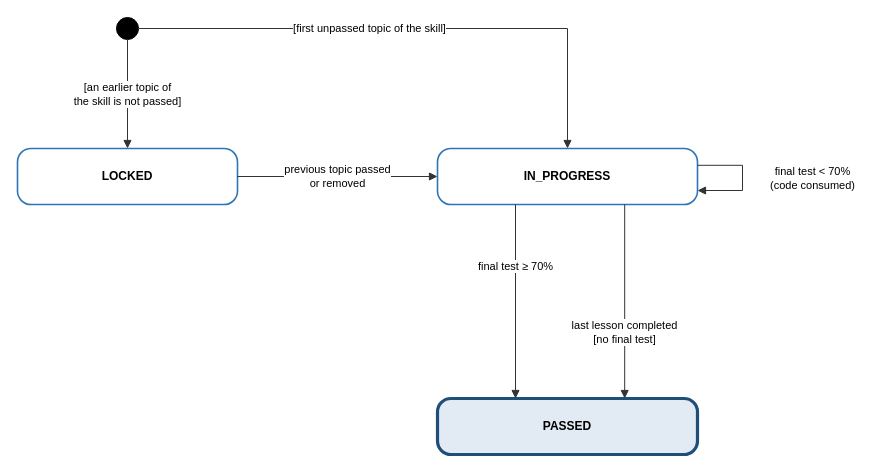
Earlier version of the draw.io diagram page "3. Topic Progress" (3 of 7) of capstone-docs/rp_3.0_system-requirements-system/diagram_script/part4-diagrams/IELTSPath_StateMachines.drawio (IeltsPath-Platform/backend). Source tidied: cells renumbered, new cells numbered last; positions are measured from the earlier drawing's top-left corner, leaving out a move shared by most shapes. Both pictures are drawn from the tidied source at 100%, with x=0, y=0 at pixel (17, 17).
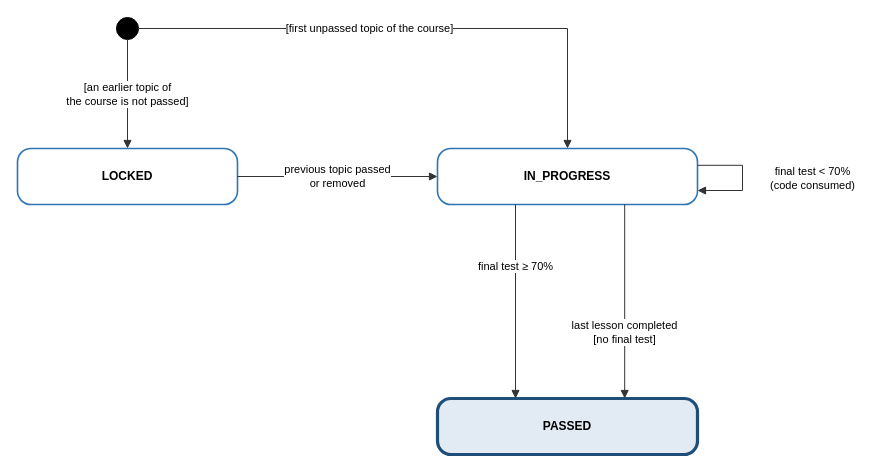
Above is the later version.

The edit, as a diff of the source:
```diff
@@
 <mxGraphModel>
   <root>
     <mxCell id="0" />
     <mxCell id="1" parent="0" />
     <mxCell id="2" style="ellipse;html=1;fillColor=#000000;strokeColor=#000000;" parent="1" vertex="1">
       <mxGeometry x="99" width="22" height="22" as="geometry" />
     </mxCell>
     <mxCell id="3" value="&lt;b&gt;LOCKED&lt;/b&gt;" style="rounded=1;arcSize=24;whiteSpace=wrap;html=1;fillColor=#FFFFFF;strokeColor=#2E75B6;strokeWidth=1.6;fontSize=12;" parent="1" vertex="1">
       <mxGeometry y="131" width="220" height="56" as="geometry" />
     </mxCell>
     <mxCell id="4" value="&lt;b&gt;IN_PROGRESS&lt;/b&gt;" style="rounded=1;arcSize=24;whiteSpace=wrap;html=1;fillColor=#FFFFFF;strokeColor=#2E75B6;strokeWidth=1.6;fontSize=12;" parent="1" vertex="1">
       <mxGeometry x="420" y="131" width="260" height="56" as="geometry" />
     </mxCell>
     <mxCell id="5" value="&lt;b&gt;PASSED&lt;/b&gt;" style="rounded=1;arcSize=24;whiteSpace=wrap;html=1;fillColor=#E2EAF4;strokeColor=#1F4E79;strokeWidth=3.2;fontSize=12;" parent="1" vertex="1">
       <mxGeometry x="420" y="381" width="260" height="56" as="geometry" />
     </mxCell>
-    <mxCell id="6" value="[an earlier topic of&lt;br&gt;the skill is not passed]" style="edgeStyle=orthogonalEdgeStyle;rounded=0;html=1;endArrow=block;endFill=1;strokeColor=#333333;fontSize=11;labelBackgroundColor=#FFFFFF;exitX=0.500;exitY=1.000;exitDx=0;exitDy=0;entryX=0.500;entryY=0.000;entryDx=0;entryDy=0;" parent="1" edge="1" source="2" target="3">
+    <mxCell id="6" value="[an earlier topic of&lt;br&gt;the course is not passed]" style="edgeStyle=orthogonalEdgeStyle;rounded=0;html=1;endArrow=block;endFill=1;strokeColor=#333333;fontSize=11;labelBackgroundColor=#FFFFFF;exitX=0.500;exitY=1.000;exitDx=0;exitDy=0;entryX=0.500;entryY=0.000;entryDx=0;entryDy=0;" parent="1" edge="1" source="2" target="3">
       <mxGeometry relative="1" as="geometry" />
     </mxCell>
-    <mxCell id="7" value="[first unpassed topic of the skill]" style="edgeStyle=orthogonalEdgeStyle;rounded=0;html=1;endArrow=block;endFill=1;strokeColor=#333333;fontSize=11;labelBackgroundColor=#FFFFFF;exitX=1.000;exitY=0.500;exitDx=0;exitDy=0;entryX=0.500;entryY=0.000;entryDx=0;entryDy=0;" parent="1" edge="1" source="2" target="4">
+    <mxCell id="7" value="[first unpassed topic of the course]" style="edgeStyle=orthogonalEdgeStyle;rounded=0;html=1;endArrow=block;endFill=1;strokeColor=#333333;fontSize=11;labelBackgroundColor=#FFFFFF;exitX=1.000;exitY=0.500;exitDx=0;exitDy=0;entryX=0.500;entryY=0.000;entryDx=0;entryDy=0;" parent="1" edge="1" source="2" target="4">
       <mxGeometry x="-0.16" relative="1" as="geometry">
         <Array as="points">
           <mxPoint x="550" y="11" />
         </Array>
       </mxGeometry>
     </mxCell>
     <mxCell id="8" value="previous topic passed&lt;br&gt;or removed" style="edgeStyle=orthogonalEdgeStyle;rounded=0;html=1;endArrow=block;endFill=1;strokeColor=#333333;fontSize=11;labelBackgroundColor=#FFFFFF;exitX=1.000;exitY=0.500;exitDx=0;exitDy=0;entryX=0.000;entryY=0.500;entryDx=0;entryDy=0;" parent="1" edge="1" source="3" target="4">
       <mxGeometry relative="1" as="geometry" />
     </mxCell>
     <mxCell id="9" value="final test &amp;lt; 70%&lt;br&gt;(code consumed)" style="edgeStyle=orthogonalEdgeStyle;rounded=0;html=1;endArrow=block;endFill=1;strokeColor=#333333;fontSize=11;labelBackgroundColor=#FFFFFF;exitX=1.000;exitY=0.300;exitDx=0;exitDy=0;entryX=1.000;entryY=0.750;entryDx=0;entryDy=0;" parent="1" edge="1" source="4" target="4">
       <mxGeometry relative="1" as="geometry">
         <Array as="points">
           <mxPoint x="725" y="147.8" />
           <mxPoint x="725" y="173" />
         </Array>
         <mxPoint x="70" as="offset" />
       </mxGeometry>
     </mxCell>
     <mxCell id="10" value="final test ≥ 70%" style="edgeStyle=orthogonalEdgeStyle;rounded=0;html=1;endArrow=block;endFill=1;strokeColor=#333333;fontSize=11;labelBackgroundColor=#FFFFFF;exitX=0.300;exitY=1.000;exitDx=0;exitDy=0;entryX=0.300;entryY=0.000;entryDx=0;entryDy=0;" parent="1" edge="1" source="4" target="5">
       <mxGeometry x="-0.36" relative="1" as="geometry" />
     </mxCell>
     <mxCell id="11" value="last lesson completed&lt;br&gt;[no final test]" style="edgeStyle=orthogonalEdgeStyle;rounded=0;html=1;endArrow=block;endFill=1;strokeColor=#333333;fontSize=11;labelBackgroundColor=#FFFFFF;exitX=0.720;exitY=1.000;exitDx=0;exitDy=0;entryX=0.720;entryY=0.000;entryDx=0;entryDy=0;" parent="1" edge="1" source="4" target="5">
       <mxGeometry x="0.32" relative="1" as="geometry" />
     </mxCell>
   </root>
 </mxGraphModel>
```
